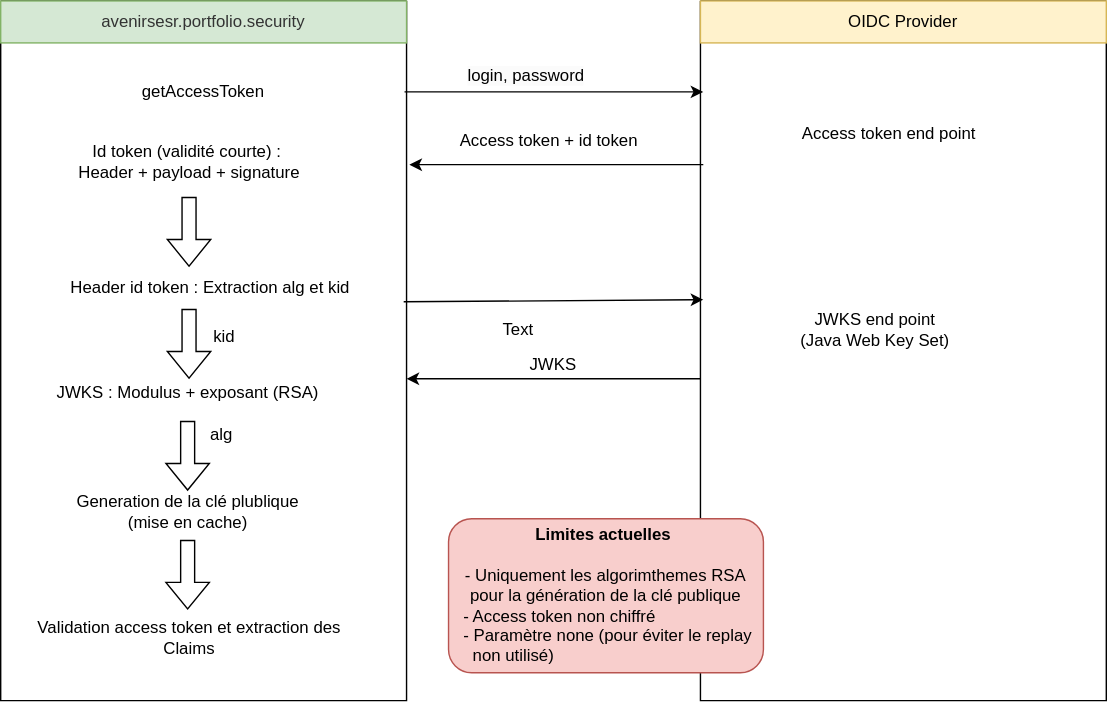
The draw.io diagram assets/images/access_token_validation.svg in avenirs-esr/dev-doc, before a commit. Source tidied: cells renumbered, new cells last; positions are measured from the earlier drawing's top-left corner, leaving out a move shared by most shapes. Source of this version:
```xml
<mxGraphModel>
  <root>
    <mxCell id="0" />
    <mxCell id="1" parent="0" />
    <mxCell id="2" style="endArrow=classic;html=1;rounded=0;exitX=0.995;exitY=0.13;exitDx=0;exitDy=0;exitPerimeter=0;entryX=0.007;entryY=0.13;entryDx=0;entryDy=0;entryPerimeter=0;" parent="1" edge="1" source="8" target="4">
      <mxGeometry relative="1" as="geometry" />
    </mxCell>
    <mxCell id="3" value="Access token + id token" style="text;html=1;align=center;verticalAlign=middle;whiteSpace=wrap;rounded=0;" parent="1" vertex="1">
      <mxGeometry x="287" y="90" width="210" height="20" as="geometry" />
    </mxCell>
    <mxCell id="4" style="swimlane;startSize=0;" parent="1" vertex="1">
      <mxGeometry x="500" width="290" height="500" as="geometry" />
    </mxCell>
    <mxCell id="5" value="Access token end point" style="text;html=1;align=center;verticalAlign=middle;whiteSpace=wrap;rounded=0;" parent="4" vertex="1">
      <mxGeometry x="30" y="80" width="210" height="30" as="geometry" />
    </mxCell>
    <mxCell id="6" value="OIDC Provider" style="text;html=1;align=center;verticalAlign=middle;whiteSpace=wrap;rounded=0;fillColor=#fff2cc;strokeColor=#d6b656;" parent="4" vertex="1">
      <mxGeometry width="290" height="30" as="geometry" />
    </mxCell>
    <mxCell id="7" value="JWKS end point&lt;div&gt;(Java Web Key Set)&lt;/div&gt;" style="text;html=1;align=center;verticalAlign=middle;whiteSpace=wrap;rounded=0;" parent="4" vertex="1">
      <mxGeometry x="20" y="220" width="210" height="30" as="geometry" />
    </mxCell>
    <mxCell id="8" style="swimlane;startSize=0;" parent="1" vertex="1">
      <mxGeometry width="290" height="500" as="geometry" />
    </mxCell>
    <mxCell id="9" value="&lt;span style=&quot;color: rgb(51, 51, 51);&quot;&gt;avenirsesr.portfolio.security&lt;/span&gt;" style="text;html=1;align=center;verticalAlign=middle;whiteSpace=wrap;rounded=0;fillColor=#d5e8d4;strokeColor=#82b366;" parent="8" vertex="1">
      <mxGeometry width="290" height="30" as="geometry" />
    </mxCell>
    <mxCell id="10" value="getAccessToken" style="text;html=1;align=center;verticalAlign=middle;whiteSpace=wrap;rounded=0;" parent="8" vertex="1">
      <mxGeometry x="40" y="50" width="210" height="30" as="geometry" />
    </mxCell>
    <mxCell id="11" value="Id token (validité courte) :&amp;nbsp;&lt;br&gt;Header + payload + signature" style="text;html=1;align=center;verticalAlign=middle;whiteSpace=wrap;rounded=0;" parent="8" vertex="1">
      <mxGeometry x="50" y="90" width="170" height="50" as="geometry" />
    </mxCell>
    <mxCell id="12" style="shape=flexArrow;endArrow=classic;html=1;rounded=0;" parent="8" edge="1">
      <mxGeometry relative="1" as="geometry">
        <mxPoint x="134.6" y="140" as="sourcePoint" />
        <mxPoint x="134.6" y="190" as="targetPoint" />
      </mxGeometry>
    </mxCell>
    <mxCell id="13" value="Header id token : Extraction alg et kid" style="text;html=1;align=center;verticalAlign=middle;whiteSpace=wrap;rounded=0;" parent="8" vertex="1">
      <mxGeometry x="30" y="180" width="240" height="50" as="geometry" />
    </mxCell>
    <mxCell id="14" style="shape=flexArrow;endArrow=classic;html=1;rounded=0;" parent="8" edge="1">
      <mxGeometry relative="1" as="geometry">
        <mxPoint x="134.6" y="220" as="sourcePoint" />
        <mxPoint x="134.6" y="270" as="targetPoint" />
      </mxGeometry>
    </mxCell>
    <mxCell id="15" value="kid" style="text;html=1;align=center;verticalAlign=middle;whiteSpace=wrap;rounded=0;" parent="8" vertex="1">
      <mxGeometry x="150" y="230" width="20" height="20" as="geometry" />
    </mxCell>
    <mxCell id="16" value="JWKS : Modulus + exposant (RSA)" style="text;html=1;align=center;verticalAlign=middle;whiteSpace=wrap;rounded=0;" parent="8" vertex="1">
      <mxGeometry x="14" y="255" width="240" height="50" as="geometry" />
    </mxCell>
    <mxCell id="17" style="shape=flexArrow;endArrow=classic;html=1;rounded=0;" parent="8" edge="1">
      <mxGeometry relative="1" as="geometry">
        <mxPoint x="133.6" y="300" as="sourcePoint" />
        <mxPoint x="133.6" y="350" as="targetPoint" />
      </mxGeometry>
    </mxCell>
    <mxCell id="18" value="alg" style="text;html=1;align=center;verticalAlign=middle;whiteSpace=wrap;rounded=0;" parent="8" vertex="1">
      <mxGeometry x="147.7" y="300" width="20" height="20" as="geometry" />
    </mxCell>
    <mxCell id="19" value="Generation de la clé plublique &lt;br&gt;(mise en cache)" style="text;html=1;align=center;verticalAlign=middle;whiteSpace=wrap;rounded=0;" parent="8" vertex="1">
      <mxGeometry x="14" y="340" width="240" height="50" as="geometry" />
    </mxCell>
    <mxCell id="20" style="shape=flexArrow;endArrow=classic;html=1;rounded=0;" parent="8" edge="1">
      <mxGeometry relative="1" as="geometry">
        <mxPoint x="133.6" y="385" as="sourcePoint" />
        <mxPoint x="133.6" y="435" as="targetPoint" />
      </mxGeometry>
    </mxCell>
    <mxCell id="21" value="Validation access token et extraction des Claims" style="text;html=1;align=center;verticalAlign=middle;whiteSpace=wrap;rounded=0;" parent="8" vertex="1">
      <mxGeometry x="15" y="430" width="240" height="50" as="geometry" />
    </mxCell>
    <mxCell id="22" style="endArrow=classic;html=1;rounded=0;entryX=1.007;entryY=0.234;entryDx=0;entryDy=0;entryPerimeter=0;exitX=0.007;exitY=0.234;exitDx=0;exitDy=0;exitPerimeter=0;" parent="1" edge="1" source="4" target="8">
      <mxGeometry relative="1" as="geometry" />
    </mxCell>
    <mxCell id="23" value="&lt;span style=&quot;color: rgb(0, 0, 0); font-family: Helvetica; font-size: 12px; font-style: normal; font-variant-ligatures: normal; font-variant-caps: normal; font-weight: 400; letter-spacing: normal; orphans: 2; text-align: center; text-indent: 0px; text-transform: none; widows: 2; word-spacing: 0px; -webkit-text-stroke-width: 0px; white-space: normal; background-color: rgb(251, 251, 251); text-decoration-thickness: initial; text-decoration-style: initial; text-decoration-color: initial; display: inline !important; float: none;&quot;&gt;login, password&lt;/span&gt;" style="text;whiteSpace=wrap;html=1;" parent="1" vertex="1">
      <mxGeometry x="332" y="40" width="120" height="40" as="geometry" />
    </mxCell>
    <mxCell id="24" value="JWKS" style="text;html=1;align=center;verticalAlign=middle;whiteSpace=wrap;rounded=0;" parent="1" vertex="1">
      <mxGeometry x="290" y="250" width="210" height="20" as="geometry" />
    </mxCell>
    <mxCell id="25" style="endArrow=classic;html=1;rounded=0;entryX=0.007;entryY=0.427;entryDx=0;entryDy=0;entryPerimeter=0;exitX=0.993;exitY=0.43;exitDx=0;exitDy=0;exitPerimeter=0;" parent="1" edge="1" source="8" target="4">
      <mxGeometry relative="1" as="geometry" />
    </mxCell>
    <mxCell id="26" style="endArrow=classic;html=1;rounded=0;entryX=1.007;entryY=0.234;entryDx=0;entryDy=0;entryPerimeter=0;exitX=0.007;exitY=0.234;exitDx=0;exitDy=0;exitPerimeter=0;" parent="1" edge="1">
      <mxGeometry relative="1" as="geometry">
        <mxPoint x="500" y="270" as="sourcePoint" />
        <mxPoint x="290" y="270" as="targetPoint" />
      </mxGeometry>
    </mxCell>
    <mxCell id="27" value="&lt;b&gt;Limites actuelles&amp;nbsp;&lt;/b&gt;&lt;br&gt;&lt;br&gt;- Uniquement les algorimthemes RSA pour la génération de la clé publique&lt;br&gt;&lt;div style=&quot;text-align: left;&quot;&gt;&amp;nbsp; &amp;nbsp;- Access token non chiffré&lt;br&gt;&amp;nbsp; &amp;nbsp;- Paramètre none (pour éviter le replay&lt;br&gt;&amp;nbsp; &amp;nbsp; &amp;nbsp;non utilisé)&lt;/div&gt;" style="rounded=1;whiteSpace=wrap;html=1;fillColor=#f8cecc;strokeColor=#b85450;" parent="1" vertex="1">
      <mxGeometry x="320" y="370" width="225" height="110" as="geometry" />
    </mxCell>
    <mxCell id="28" value="Text" style="text;html=1;align=center;verticalAlign=middle;whiteSpace=wrap;rounded=0;" parent="1" vertex="1">
      <mxGeometry x="340" y="220" width="60" height="30" as="geometry" />
    </mxCell>
  </root>
</mxGraphModel>
```
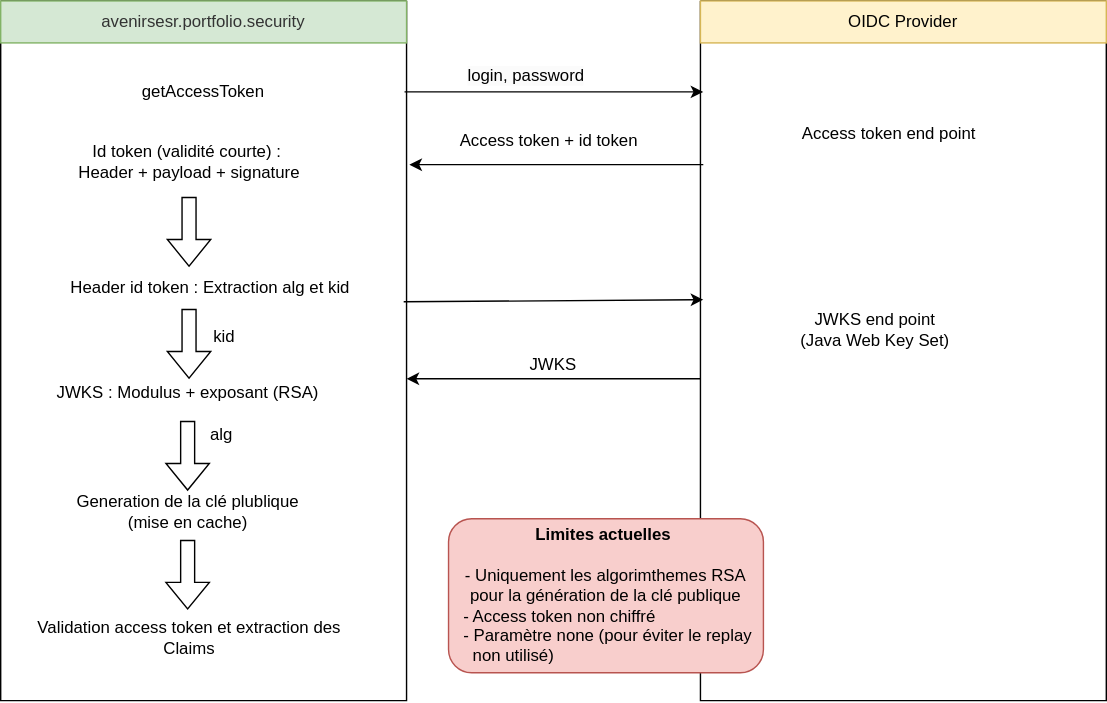
The same diagram one commit later.

Commit message:
fix: trailing text

Diff of the diagram source:
```diff
@@ -95,8 +95,5 @@
     <mxCell id="27" value="&lt;b&gt;Limites actuelles&amp;nbsp;&lt;/b&gt;&lt;br&gt;&lt;br&gt;- Uniquement les algorimthemes RSA pour la génération de la clé publique&lt;br&gt;&lt;div style=&quot;text-align: left;&quot;&gt;&amp;nbsp; &amp;nbsp;- Access token non chiffré&lt;br&gt;&amp;nbsp; &amp;nbsp;- Paramètre none (pour éviter le replay&lt;br&gt;&amp;nbsp; &amp;nbsp; &amp;nbsp;non utilisé)&lt;/div&gt;" style="rounded=1;whiteSpace=wrap;html=1;fillColor=#f8cecc;strokeColor=#b85450;" parent="1" vertex="1">
       <mxGeometry x="320" y="370" width="225" height="110" as="geometry" />
     </mxCell>
-    <mxCell id="28" value="Text" style="text;html=1;align=center;verticalAlign=middle;whiteSpace=wrap;rounded=0;" parent="1" vertex="1">
-      <mxGeometry x="340" y="220" width="60" height="30" as="geometry" />
-    </mxCell>
   </root>
 </mxGraphModel>
```
